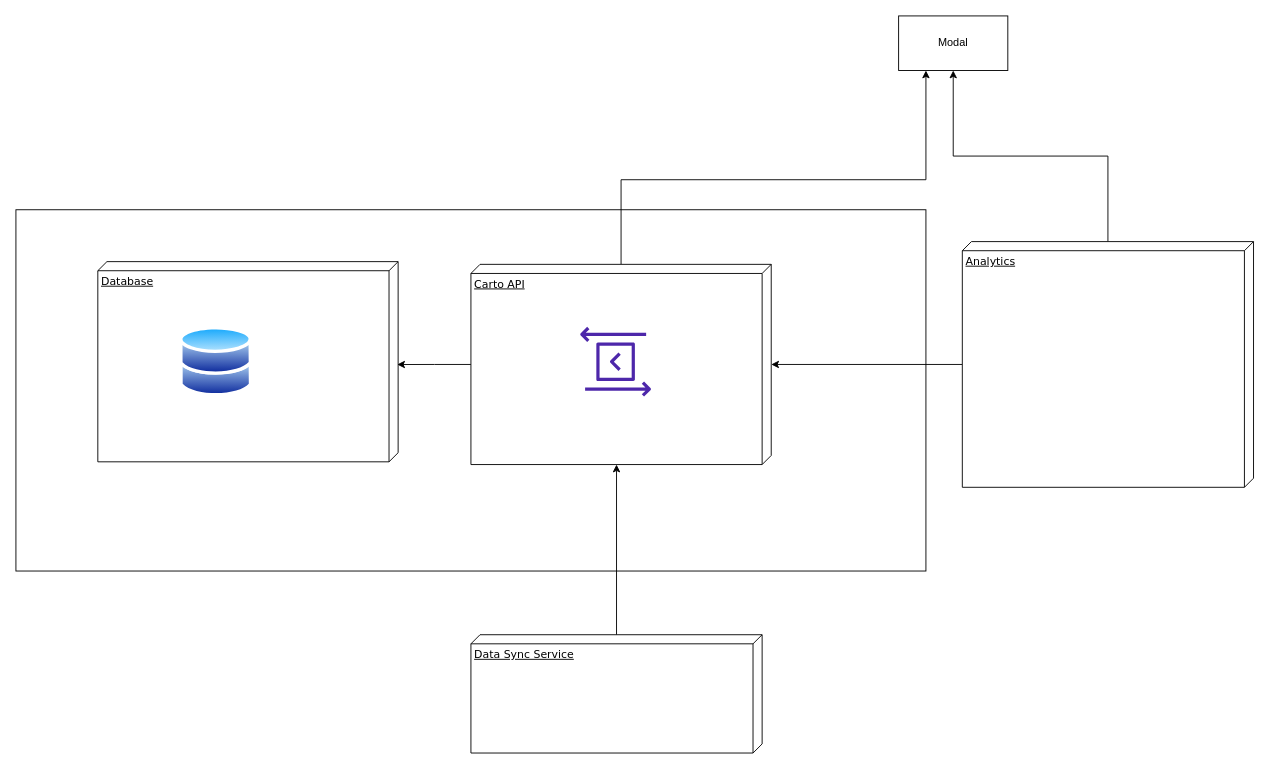
AmolSJawalkar/DrawIO keeps this draw.io diagram as Carto Analytics.drawio. Above is the earlier version. Source tidied: cells renumbered, new cells numbered last; positions are measured from the earlier drawing's top-left corner, leaving out a move shared by most shapes. Both pictures are drawn from the tidied source at 91%, with x=0, y=0 at pixel (15, 15).
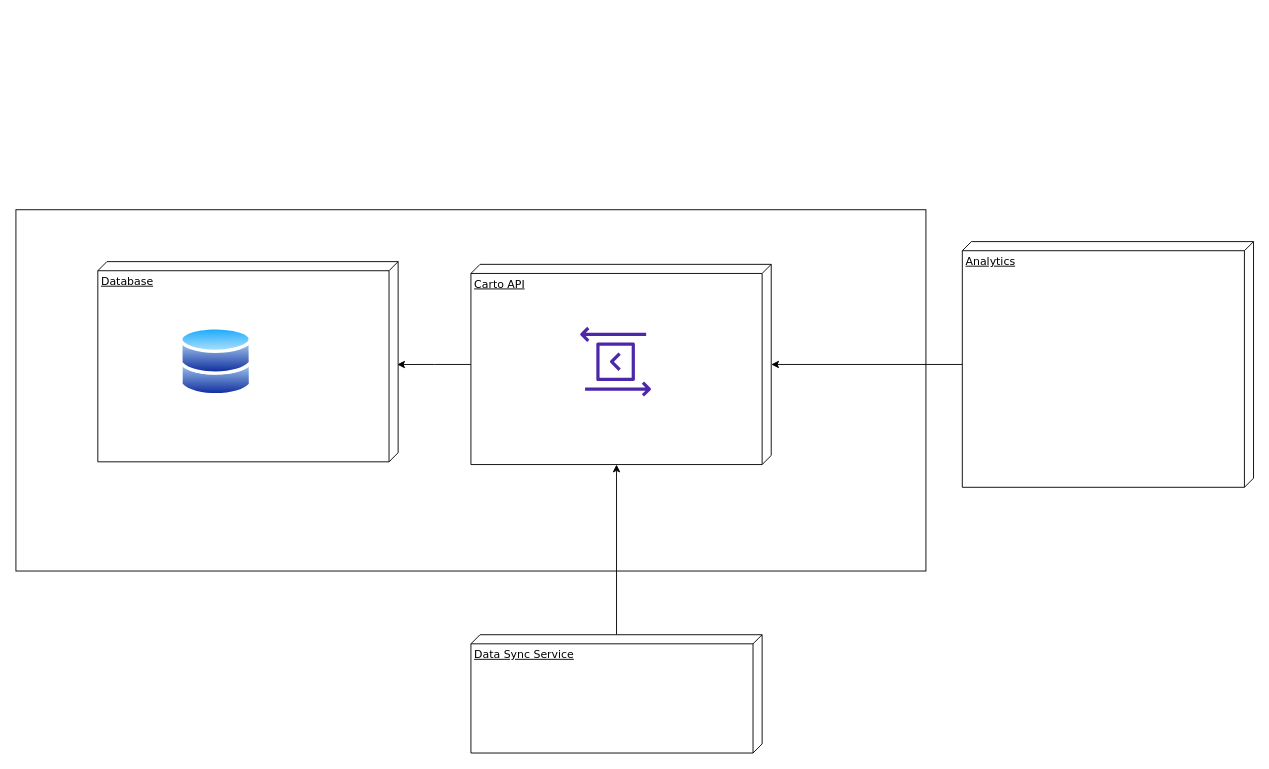
Above is the later version.

Change to the diagram source:
```diff
@@
 <mxGraphModel>
   <root>
     <mxCell id="0" />
     <mxCell id="1" parent="0" />
     <mxCell id="2" style="rounded=0;whiteSpace=wrap;html=1;" parent="1" vertex="1">
       <mxGeometry y="213" width="1000" height="397" as="geometry" />
     </mxCell>
     <mxCell id="3" value="Database" style="verticalAlign=top;align=left;spacingTop=8;spacingLeft=2;spacingRight=12;shape=cube;size=10;direction=south;fontStyle=4;html=1;rounded=0;shadow=0;comic=0;labelBackgroundColor=none;strokeWidth=1;fontFamily=Verdana;fontSize=12;" parent="1" vertex="1">
       <mxGeometry x="90" y="270" width="330" height="220" as="geometry" />
     </mxCell>
     <mxCell id="4" style="edgeStyle=orthogonalEdgeStyle;rounded=0;jettySize=auto;html=1;entryX=0.514;entryY=0.003;entryDx=0;entryDy=0;entryPerimeter=0;" parent="1" edge="1" source="6" target="3">
       <mxGeometry relative="1" as="geometry" />
     </mxCell>
-    <mxCell id="5" style="edgeStyle=orthogonalEdgeStyle;rounded=0;jettySize=auto;html=1;entryX=0.25;entryY=1;entryDx=0;entryDy=0;" parent="1" edge="1" source="6" target="14">
-      <mxGeometry relative="1" as="geometry">
-        <Array as="points">
-          <mxPoint x="665" y="180" />
-          <mxPoint x="1000" y="180" />
-        </Array>
-      </mxGeometry>
-    </mxCell>
     <mxCell id="6" value="Carto API" style="verticalAlign=top;align=left;spacingTop=8;spacingLeft=2;spacingRight=12;shape=cube;size=10;direction=south;fontStyle=4;html=1;rounded=0;shadow=0;comic=0;labelBackgroundColor=none;strokeWidth=1;fontFamily=Verdana;fontSize=12;" parent="1" vertex="1">
       <mxGeometry x="500" y="273" width="330" height="220" as="geometry" />
     </mxCell>
     <mxCell id="7" style="edgeStyle=orthogonalEdgeStyle;rounded=0;jettySize=auto;html=1;" parent="1" edge="1" source="9" target="6">
       <mxGeometry relative="1" as="geometry" />
     </mxCell>
-    <mxCell id="8" style="edgeStyle=orthogonalEdgeStyle;rounded=0;jettySize=auto;html=1;" parent="1" edge="1" source="9" target="14">
-      <mxGeometry relative="1" as="geometry" />
-    </mxCell>
     <mxCell id="9" value="Analytics" style="verticalAlign=top;align=left;spacingTop=8;spacingLeft=2;spacingRight=12;shape=cube;size=10;direction=south;fontStyle=4;html=1;rounded=0;shadow=0;comic=0;labelBackgroundColor=none;strokeWidth=1;fontFamily=Verdana;fontSize=12;" parent="1" vertex="1">
       <mxGeometry x="1040" y="248" width="320" height="270" as="geometry" />
     </mxCell>
     <mxCell id="10" style="image;perimeter=ellipsePerimeter;html=1;align=center;shadow=0;dashed=0;spacingTop=3;image=img/lib/active_directory/databases.svg;" parent="1" vertex="1">
       <mxGeometry x="180" y="340.8" width="80" height="78.4" as="geometry" />
     </mxCell>
     <mxCell id="11" style="sketch=0;fontColor=#232F3E;gradientColor=none;fillColor=#4D27AA;strokeColor=none;dashed=0;verticalLabelPosition=bottom;verticalAlign=top;align=center;html=1;fontSize=12;fontStyle=0;shape=mxgraph.aws4.data_exchange_for_apis;" parent="1" vertex="1">
       <mxGeometry x="620" y="341" width="78" height="78" as="geometry" />
     </mxCell>
     <mxCell id="12" style="edgeStyle=orthogonalEdgeStyle;rounded=0;jettySize=auto;html=1;entryX=0;entryY=0;entryDx=220;entryDy=170;entryPerimeter=0;" parent="1" edge="1" source="13" target="6">
       <mxGeometry relative="1" as="geometry" />
     </mxCell>
     <mxCell id="13" value="Data Sync Service" style="verticalAlign=top;align=left;spacingTop=8;spacingLeft=2;spacingRight=12;shape=cube;size=10;direction=south;fontStyle=4;html=1;rounded=0;shadow=0;comic=0;labelBackgroundColor=none;strokeWidth=1;fontFamily=Verdana;fontSize=12;" parent="1" vertex="1">
       <mxGeometry x="500" y="680" width="320" height="130" as="geometry" />
     </mxCell>
-    <mxCell id="14" value="Modal" style="rounded=0;whiteSpace=wrap;html=1;" parent="1" vertex="1">
-      <mxGeometry x="970" width="120" height="60" as="geometry" />
-    </mxCell>
   </root>
 </mxGraphModel>
```
